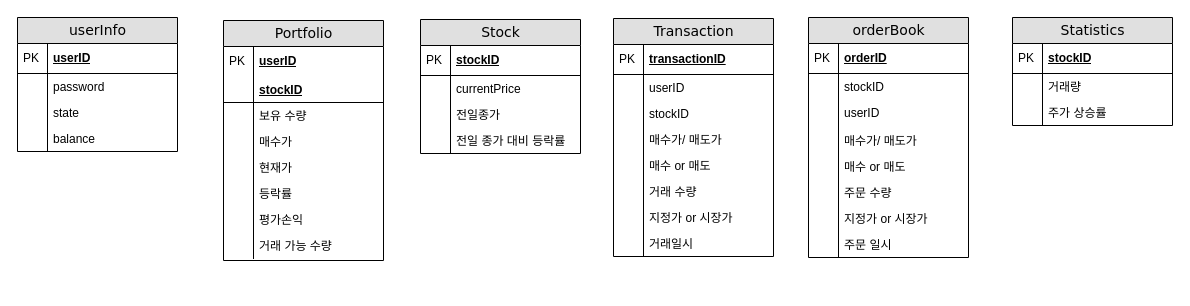
Above: page "entity set" (4 of 4) of 제목 없는 다이어그램.drawio in juri1135/DBMS_2024 (draw.io), before the change. Source tidied: cells renumbered, new cells numbered last; positions are measured from the earlier drawing's top-left corner, leaving out a move shared by most shapes. Both pictures are drawn from the tidied source at 100%, with x=0, y=0 at pixel (17, 17).
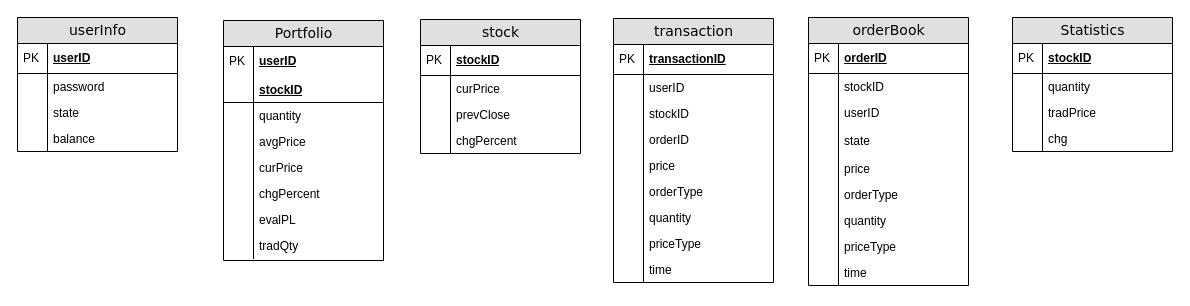
After the change.

Unchanged cells that the change refers to:
```xml
<mxCell id="2" value="Portfolio" style="swimlane;html=1;fontStyle=0;horizontal=1;startSize=26;fillColor=#e0e0e0;swimlaneFillColor=#ffffff;align=center;rounded=0;shadow=0;comic=0;labelBackgroundColor=none;strokeWidth=1;fontFamily=Verdana;fontSize=14;" parent="1" vertex="1">
  <mxGeometry x="206" y="3" width="160" height="240" as="geometry" />
</mxCell>
```

What changed in the source:
```diff
@@
-    <mxCell id="7" value="보유 수량" style="shape=partialRectangle;top=0;left=0;right=0;bottom=0;html=1;align=left;verticalAlign=top;fillColor=none;spacingLeft=34;spacingRight=4;whiteSpace=wrap;overflow=hidden;" parent="2" vertex="1">
+    <mxCell id="7" value="quantity" style="shape=partialRectangle;top=0;left=0;right=0;bottom=0;html=1;align=left;verticalAlign=top;fillColor=none;spacingLeft=34;spacingRight=4;whiteSpace=wrap;overflow=hidden;" parent="2" vertex="1">
       <mxGeometry y="82" width="160" height="26" as="geometry" />
     </mxCell>
@@
-    <mxCell id="9" value="매수가" style="shape=partialRectangle;top=0;left=0;right=0;bottom=0;html=1;align=left;verticalAlign=top;fillColor=none;spacingLeft=34;spacingRight=4;whiteSpace=wrap;overflow=hidden;" parent="2" vertex="1">
+    <mxCell id="9" value="avgPrice" style="shape=partialRectangle;top=0;left=0;right=0;bottom=0;html=1;align=left;verticalAlign=top;fillColor=none;spacingLeft=34;spacingRight=4;whiteSpace=wrap;overflow=hidden;" parent="2" vertex="1">
       <mxGeometry y="108" width="160" height="26" as="geometry" />
     </mxCell>
@@
-    <mxCell id="11" value="현재가" style="shape=partialRectangle;top=0;left=0;right=0;bottom=0;html=1;align=left;verticalAlign=top;fillColor=none;spacingLeft=34;spacingRight=4;whiteSpace=wrap;overflow=hidden;" parent="2" vertex="1">
+    <mxCell id="11" value="curPrice" style="shape=partialRectangle;top=0;left=0;right=0;bottom=0;html=1;align=left;verticalAlign=top;fillColor=none;spacingLeft=34;spacingRight=4;whiteSpace=wrap;overflow=hidden;" parent="2" vertex="1">
       <mxGeometry y="134" width="160" height="26" as="geometry" />
     </mxCell>
@@
-    <mxCell id="13" value="등락률" style="shape=partialRectangle;top=0;left=0;right=0;bottom=0;html=1;align=left;verticalAlign=top;fillColor=none;spacingLeft=34;spacingRight=4;whiteSpace=wrap;overflow=hidden;" parent="2" vertex="1">
+    <mxCell id="13" value="chgPercent" style="shape=partialRectangle;top=0;left=0;right=0;bottom=0;html=1;align=left;verticalAlign=top;fillColor=none;spacingLeft=34;spacingRight=4;whiteSpace=wrap;overflow=hidden;" parent="2" vertex="1">
       <mxGeometry y="160" width="160" height="26" as="geometry" />
     </mxCell>
@@
-    <mxCell id="15" value="평가손익" style="shape=partialRectangle;top=0;left=0;right=0;bottom=0;html=1;align=left;verticalAlign=top;fillColor=none;spacingLeft=34;spacingRight=4;whiteSpace=wrap;overflow=hidden;" parent="2" vertex="1">
+    <mxCell id="15" value="evalPL" style="shape=partialRectangle;top=0;left=0;right=0;bottom=0;html=1;align=left;verticalAlign=top;fillColor=none;spacingLeft=34;spacingRight=4;whiteSpace=wrap;overflow=hidden;" parent="2" vertex="1">
       <mxGeometry y="186" width="160" height="26" as="geometry" />
     </mxCell>
@@
-    <mxCell id="17" value="거래 가능 수량" style="shape=partialRectangle;top=0;left=0;right=0;bottom=0;html=1;align=left;verticalAlign=top;fillColor=none;spacingLeft=34;spacingRight=4;whiteSpace=wrap;overflow=hidden;" parent="2" vertex="1">
+    <mxCell id="17" value="tradQty" style="shape=partialRectangle;top=0;left=0;right=0;bottom=0;html=1;align=left;verticalAlign=top;fillColor=none;spacingLeft=34;spacingRight=4;whiteSpace=wrap;overflow=hidden;" parent="2" vertex="1">
       <mxGeometry y="212" width="160" height="26" as="geometry" />
     </mxCell>
@@
-    <mxCell id="19" value="Transaction" style="swimlane;html=1;fontStyle=0;horizontal=1;startSize=26;fillColor=#e0e0e0;swimlaneFillColor=#ffffff;align=center;rounded=0;shadow=0;comic=0;labelBackgroundColor=none;strokeWidth=1;fontFamily=Verdana;fontSize=14;" parent="1" vertex="1">
-      <mxGeometry x="596" y="1" width="160" height="238" as="geometry" />
+    <mxCell id="19" value="transaction" style="swimlane;html=1;fontStyle=0;horizontal=1;startSize=26;fillColor=#e0e0e0;swimlaneFillColor=#ffffff;align=center;rounded=0;shadow=0;comic=0;labelBackgroundColor=none;strokeWidth=1;fontFamily=Verdana;fontSize=14;" parent="1" vertex="1">
+      <mxGeometry x="596" y="1" width="160" height="264" as="geometry" />
     </mxCell>
@@
+    <mxCell id="78" value="orderID" style="shape=partialRectangle;top=0;left=0;right=0;bottom=0;html=1;align=left;verticalAlign=top;fillColor=none;spacingLeft=34;spacingRight=4;whiteSpace=wrap;overflow=hidden;" parent="19" vertex="1">
+      <mxGeometry y="108" width="160" height="26" as="geometry" />
+    </mxCell>
+    <mxCell id="79" style="shape=partialRectangle;top=0;left=0;bottom=0;html=1;fillColor=none;align=left;verticalAlign=top;spacingLeft=4;spacingRight=4;whiteSpace=wrap;overflow=hidden;" parent="78" vertex="1">
+      <mxGeometry width="30" height="26" as="geometry" />
+    </mxCell>
-    <mxCell id="26" value="매수가/ 매도가" style="shape=partialRectangle;top=0;left=0;right=0;bottom=0;html=1;align=left;verticalAlign=top;fillColor=none;spacingLeft=34;spacingRight=4;whiteSpace=wrap;overflow=hidden;" parent="19" vertex="1">
-      <mxGeometry y="108" width="160" height="26" as="geometry" />
+    <mxCell id="26" value="price" style="shape=partialRectangle;top=0;left=0;right=0;bottom=0;html=1;align=left;verticalAlign=top;fillColor=none;spacingLeft=34;spacingRight=4;whiteSpace=wrap;overflow=hidden;" parent="19" vertex="1">
+      <mxGeometry y="134" width="160" height="26" as="geometry" />
     </mxCell>
@@
-    <mxCell id="28" value="매수 or 매도" style="shape=partialRectangle;top=0;left=0;right=0;bottom=0;html=1;align=left;verticalAlign=top;fillColor=none;spacingLeft=34;spacingRight=4;whiteSpace=wrap;overflow=hidden;" parent="19" vertex="1">
-      <mxGeometry y="134" width="160" height="26" as="geometry" />
+    <mxCell id="28" value="orderType" style="shape=partialRectangle;top=0;left=0;right=0;bottom=0;html=1;align=left;verticalAlign=top;fillColor=none;spacingLeft=34;spacingRight=4;whiteSpace=wrap;overflow=hidden;" parent="19" vertex="1">
+      <mxGeometry y="160" width="160" height="26" as="geometry" />
     </mxCell>
@@
-    <mxCell id="30" value="거래 수량" style="shape=partialRectangle;top=0;left=0;right=0;bottom=0;html=1;align=left;verticalAlign=top;fillColor=none;spacingLeft=34;spacingRight=4;whiteSpace=wrap;overflow=hidden;" parent="19" vertex="1">
-      <mxGeometry y="160" width="160" height="26" as="geometry" />
+    <mxCell id="30" value="quantity" style="shape=partialRectangle;top=0;left=0;right=0;bottom=0;html=1;align=left;verticalAlign=top;fillColor=none;spacingLeft=34;spacingRight=4;whiteSpace=wrap;overflow=hidden;" parent="19" vertex="1">
+      <mxGeometry y="186" width="160" height="26" as="geometry" />
     </mxCell>
@@
-    <mxCell id="32" value="지정가 or 시장가" style="shape=partialRectangle;top=0;left=0;right=0;bottom=0;html=1;align=left;verticalAlign=top;fillColor=none;spacingLeft=34;spacingRight=4;whiteSpace=wrap;overflow=hidden;" parent="19" vertex="1">
-      <mxGeometry y="186" width="160" height="26" as="geometry" />
+    <mxCell id="32" value="priceType" style="shape=partialRectangle;top=0;left=0;right=0;bottom=0;html=1;align=left;verticalAlign=top;fillColor=none;spacingLeft=34;spacingRight=4;whiteSpace=wrap;overflow=hidden;" parent="19" vertex="1">
+      <mxGeometry y="212" width="160" height="26" as="geometry" />
     </mxCell>
@@
-    <mxCell id="34" value="거래일시" style="shape=partialRectangle;top=0;left=0;right=0;bottom=0;html=1;align=left;verticalAlign=top;fillColor=none;spacingLeft=34;spacingRight=4;whiteSpace=wrap;overflow=hidden;" parent="19" vertex="1">
-      <mxGeometry y="212" width="160" height="26" as="geometry" />
+    <mxCell id="34" value="time" style="shape=partialRectangle;top=0;left=0;right=0;bottom=0;html=1;align=left;verticalAlign=top;fillColor=none;spacingLeft=34;spacingRight=4;whiteSpace=wrap;overflow=hidden;" parent="19" vertex="1">
+      <mxGeometry y="238" width="160" height="26" as="geometry" />
     </mxCell>
@@
     <mxCell id="36" value="orderBook" style="swimlane;html=1;fontStyle=0;horizontal=1;startSize=26;fillColor=#e0e0e0;swimlaneFillColor=#ffffff;align=center;rounded=0;shadow=0;comic=0;labelBackgroundColor=none;strokeWidth=1;fontFamily=Verdana;fontSize=14;" parent="1" vertex="1">
-      <mxGeometry x="791" width="160" height="240" as="geometry" />
+      <mxGeometry x="791" width="160" height="268" as="geometry" />
     </mxCell>
@@
+    <mxCell id="80" value="state" style="shape=partialRectangle;top=0;left=0;right=0;bottom=0;html=1;align=left;verticalAlign=top;fillColor=none;spacingLeft=34;spacingRight=4;whiteSpace=wrap;overflow=hidden;" parent="36" vertex="1">
+      <mxGeometry y="110" width="160" height="28" as="geometry" />
+    </mxCell>
+    <mxCell id="81" style="shape=partialRectangle;top=0;left=0;bottom=0;html=1;fillColor=none;align=left;verticalAlign=top;spacingLeft=4;spacingRight=4;whiteSpace=wrap;overflow=hidden;" parent="80" vertex="1">
+      <mxGeometry width="30" height="28" as="geometry" />
+    </mxCell>
-    <mxCell id="43" value="매수가/ 매도가" style="shape=partialRectangle;top=0;left=0;right=0;bottom=0;html=1;align=left;verticalAlign=top;fillColor=none;spacingLeft=34;spacingRight=4;whiteSpace=wrap;overflow=hidden;" parent="36" vertex="1">
-      <mxGeometry y="110" width="160" height="26" as="geometry" />
+    <mxCell id="43" value="price" style="shape=partialRectangle;top=0;left=0;right=0;bottom=0;html=1;align=left;verticalAlign=top;fillColor=none;spacingLeft=34;spacingRight=4;whiteSpace=wrap;overflow=hidden;" parent="36" vertex="1">
+      <mxGeometry y="138" width="160" height="26" as="geometry" />
     </mxCell>
@@
-    <mxCell id="45" value="매수 or 매도" style="shape=partialRectangle;top=0;left=0;right=0;bottom=0;html=1;align=left;verticalAlign=top;fillColor=none;spacingLeft=34;spacingRight=4;whiteSpace=wrap;overflow=hidden;" parent="36" vertex="1">
-      <mxGeometry y="136" width="160" height="26" as="geometry" />
+    <mxCell id="45" value="orderType" style="shape=partialRectangle;top=0;left=0;right=0;bottom=0;html=1;align=left;verticalAlign=top;fillColor=none;spacingLeft=34;spacingRight=4;whiteSpace=wrap;overflow=hidden;" parent="36" vertex="1">
+      <mxGeometry y="164" width="160" height="26" as="geometry" />
     </mxCell>
@@
-    <mxCell id="47" value="주문 수량" style="shape=partialRectangle;top=0;left=0;right=0;bottom=0;html=1;align=left;verticalAlign=top;fillColor=none;spacingLeft=34;spacingRight=4;whiteSpace=wrap;overflow=hidden;" parent="36" vertex="1">
-      <mxGeometry y="162" width="160" height="26" as="geometry" />
+    <mxCell id="47" value="quantity" style="shape=partialRectangle;top=0;left=0;right=0;bottom=0;html=1;align=left;verticalAlign=top;fillColor=none;spacingLeft=34;spacingRight=4;whiteSpace=wrap;overflow=hidden;" parent="36" vertex="1">
+      <mxGeometry y="190" width="160" height="26" as="geometry" />
     </mxCell>
@@
-    <mxCell id="49" value="지정가 or 시장가" style="shape=partialRectangle;top=0;left=0;right=0;bottom=0;html=1;align=left;verticalAlign=top;fillColor=none;spacingLeft=34;spacingRight=4;whiteSpace=wrap;overflow=hidden;" parent="36" vertex="1">
-      <mxGeometry y="188" width="160" height="26" as="geometry" />
+    <mxCell id="49" value="priceType" style="shape=partialRectangle;top=0;left=0;right=0;bottom=0;html=1;align=left;verticalAlign=top;fillColor=none;spacingLeft=34;spacingRight=4;whiteSpace=wrap;overflow=hidden;" parent="36" vertex="1">
+      <mxGeometry y="216" width="160" height="26" as="geometry" />
     </mxCell>
@@
-    <mxCell id="51" value="주문 일시&lt;div&gt;&lt;br&gt;&lt;/div&gt;" style="shape=partialRectangle;top=0;left=0;right=0;bottom=0;html=1;align=left;verticalAlign=top;fillColor=none;spacingLeft=34;spacingRight=4;whiteSpace=wrap;overflow=hidden;" parent="36" vertex="1">
-      <mxGeometry y="214" width="160" height="26" as="geometry" />
+    <mxCell id="51" value="&lt;div&gt;time&lt;/div&gt;" style="shape=partialRectangle;top=0;left=0;right=0;bottom=0;html=1;align=left;verticalAlign=top;fillColor=none;spacingLeft=34;spacingRight=4;whiteSpace=wrap;overflow=hidden;" parent="36" vertex="1">
+      <mxGeometry y="242" width="160" height="26" as="geometry" />
     </mxCell>
@@
-    <mxCell id="53" value="Stock" style="swimlane;html=1;fontStyle=0;horizontal=1;startSize=26;fillColor=#e0e0e0;swimlaneFillColor=#ffffff;align=center;rounded=0;shadow=0;comic=0;labelBackgroundColor=none;strokeWidth=1;fontFamily=Verdana;fontSize=14;" parent="1" vertex="1">
+    <mxCell id="53" value="stock" style="swimlane;html=1;fontStyle=0;horizontal=1;startSize=26;fillColor=#e0e0e0;swimlaneFillColor=#ffffff;align=center;rounded=0;shadow=0;comic=0;labelBackgroundColor=none;strokeWidth=1;fontFamily=Verdana;fontSize=14;" parent="1" vertex="1">
       <mxGeometry x="403" y="2" width="160" height="134" as="geometry" />
     </mxCell>
@@
-    <mxCell id="56" value="currentPrice" style="shape=partialRectangle;top=0;left=0;right=0;bottom=0;html=1;align=left;verticalAlign=top;fillColor=none;spacingLeft=34;spacingRight=4;whiteSpace=wrap;overflow=hidden;" parent="53" vertex="1">
+    <mxCell id="56" value="curPrice" style="shape=partialRectangle;top=0;left=0;right=0;bottom=0;html=1;align=left;verticalAlign=top;fillColor=none;spacingLeft=34;spacingRight=4;whiteSpace=wrap;overflow=hidden;" parent="53" vertex="1">
       <mxGeometry y="56" width="160" height="26" as="geometry" />
     </mxCell>
@@
-    <mxCell id="58" value="전일종가" style="shape=partialRectangle;top=0;left=0;right=0;bottom=0;html=1;align=left;verticalAlign=top;fillColor=none;spacingLeft=34;spacingRight=4;whiteSpace=wrap;overflow=hidden;" parent="53" vertex="1">
+    <mxCell id="58" value="prevClose" style="shape=partialRectangle;top=0;left=0;right=0;bottom=0;html=1;align=left;verticalAlign=top;fillColor=none;spacingLeft=34;spacingRight=4;whiteSpace=wrap;overflow=hidden;" parent="53" vertex="1">
       <mxGeometry y="82" width="160" height="26" as="geometry" />
     </mxCell>
@@
-    <mxCell id="60" value="전일 종가 대비 등락률" style="shape=partialRectangle;top=0;left=0;right=0;bottom=0;html=1;align=left;verticalAlign=top;fillColor=none;spacingLeft=34;spacingRight=4;whiteSpace=wrap;overflow=hidden;" parent="53" vertex="1">
+    <mxCell id="60" value="chgPercent" style="shape=partialRectangle;top=0;left=0;right=0;bottom=0;html=1;align=left;verticalAlign=top;fillColor=none;spacingLeft=34;spacingRight=4;whiteSpace=wrap;overflow=hidden;" parent="53" vertex="1">
       <mxGeometry y="108" width="160" height="26" as="geometry" />
     </mxCell>
@@
     <mxCell id="62" value="Statistics" style="swimlane;html=1;fontStyle=0;horizontal=1;startSize=26;fillColor=#e0e0e0;swimlaneFillColor=#ffffff;align=center;rounded=0;shadow=0;comic=0;labelBackgroundColor=none;strokeWidth=1;fontFamily=Verdana;fontSize=14;" parent="1" vertex="1">
-      <mxGeometry x="995" width="160" height="108" as="geometry" />
+      <mxGeometry x="995" width="160" height="134" as="geometry" />
     </mxCell>
@@
-    <mxCell id="65" value="거래량" style="shape=partialRectangle;top=0;left=0;right=0;bottom=0;html=1;align=left;verticalAlign=top;fillColor=none;spacingLeft=34;spacingRight=4;whiteSpace=wrap;overflow=hidden;" parent="62" vertex="1">
+    <mxCell id="65" value="quantity" style="shape=partialRectangle;top=0;left=0;right=0;bottom=0;html=1;align=left;verticalAlign=top;fillColor=none;spacingLeft=34;spacingRight=4;whiteSpace=wrap;overflow=hidden;" parent="62" vertex="1">
       <mxGeometry y="56" width="160" height="26" as="geometry" />
     </mxCell>
@@
+    <mxCell id="82" value="tradPrice" style="shape=partialRectangle;top=0;left=0;right=0;bottom=0;html=1;align=left;verticalAlign=top;fillColor=none;spacingLeft=34;spacingRight=4;whiteSpace=wrap;overflow=hidden;" parent="62" vertex="1">
+      <mxGeometry y="82" width="160" height="26" as="geometry" />
+    </mxCell>
+    <mxCell id="83" style="shape=partialRectangle;top=0;left=0;bottom=0;html=1;fillColor=none;align=left;verticalAlign=top;spacingLeft=4;spacingRight=4;whiteSpace=wrap;overflow=hidden;" parent="82" vertex="1">
+      <mxGeometry width="30" height="26" as="geometry" />
+    </mxCell>
-    <mxCell id="67" value="주가 상승률" style="shape=partialRectangle;top=0;left=0;right=0;bottom=0;html=1;align=left;verticalAlign=top;fillColor=none;spacingLeft=34;spacingRight=4;whiteSpace=wrap;overflow=hidden;" parent="62" vertex="1">
-      <mxGeometry y="82" width="160" height="26" as="geometry" />
+    <mxCell id="67" value="chg" style="shape=partialRectangle;top=0;left=0;right=0;bottom=0;html=1;align=left;verticalAlign=top;fillColor=none;spacingLeft=34;spacingRight=4;whiteSpace=wrap;overflow=hidden;" parent="62" vertex="1">
+      <mxGeometry y="108" width="160" height="26" as="geometry" />
     </mxCell>
```
